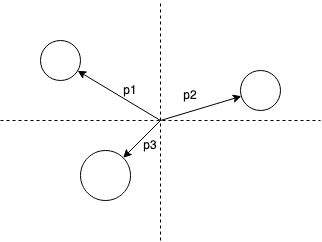
Above: assets/images/three_body_simulation_coordinates.drawio.png in pigatron-industries/pigatron-industries.github.io (draw.io), before the change. Source tidied: cells renumbered, new cells last; positions are measured from the earlier drawing's top-left corner, leaving out a move shared by most shapes.
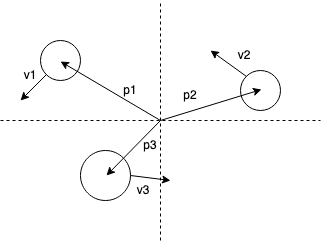
Later version of the same file.

Change to the diagram source:
```diff
@@ -23,19 +23,22 @@
         <mxPoint x="160" as="targetPoint" />
       </mxGeometry>
     </mxCell>
-    <mxCell id="7" style="endArrow=classic;html=1;rounded=0;" parent="1" edge="1" target="3">
+    <mxCell id="7" style="endArrow=classic;html=1;rounded=0;" parent="1" edge="1">
       <mxGeometry relative="1" as="geometry">
         <mxPoint x="160" y="120" as="sourcePoint" />
+        <mxPoint x="261" y="89" as="targetPoint" />
       </mxGeometry>
     </mxCell>
-    <mxCell id="8" style="endArrow=classic;html=1;rounded=0;" parent="1" edge="1" target="2">
+    <mxCell id="8" style="endArrow=classic;html=1;rounded=0;" parent="1" edge="1">
       <mxGeometry relative="1" as="geometry">
         <mxPoint x="160" y="120" as="sourcePoint" />
+        <mxPoint x="60" y="61" as="targetPoint" />
       </mxGeometry>
     </mxCell>
-    <mxCell id="9" style="endArrow=classic;html=1;rounded=0;entryX=1;entryY=0;entryDx=0;entryDy=0;" parent="1" edge="1" target="4">
+    <mxCell id="9" style="endArrow=classic;html=1;rounded=0;" parent="1" edge="1">
       <mxGeometry relative="1" as="geometry">
         <mxPoint x="160" y="120" as="sourcePoint" />
+        <mxPoint x="106" y="175" as="targetPoint" />
       </mxGeometry>
     </mxCell>
     <mxCell id="10" value="p1" style="text;html=1;strokeColor=none;fillColor=none;align=center;verticalAlign=middle;whiteSpace=wrap;rounded=0;" parent="1" vertex="1">
@@ -47,5 +50,29 @@
     <mxCell id="12" value="p3" style="text;html=1;strokeColor=none;fillColor=none;align=center;verticalAlign=middle;whiteSpace=wrap;rounded=0;" parent="1" vertex="1">
       <mxGeometry x="120" y="130" width="60" height="30" as="geometry" />
     </mxCell>
+    <mxCell id="13" style="endArrow=classic;html=1;rounded=0;exitX=1;exitY=0.5;exitDx=0;exitDy=0;" parent="1" edge="1" source="4">
+      <mxGeometry relative="1" as="geometry">
+        <mxPoint x="170" y="180" as="targetPoint" />
+      </mxGeometry>
+    </mxCell>
+    <mxCell id="14" value="v3" style="text;html=1;strokeColor=none;fillColor=none;align=center;verticalAlign=middle;whiteSpace=wrap;rounded=0;" parent="1" vertex="1">
+      <mxGeometry x="113" y="175" width="60" height="30" as="geometry" />
+    </mxCell>
+    <mxCell id="15" style="endArrow=classic;html=1;rounded=0;exitX=0;exitY=0;exitDx=0;exitDy=0;" parent="1" edge="1" source="3">
+      <mxGeometry relative="1" as="geometry">
+        <mxPoint x="210" y="50" as="targetPoint" />
+      </mxGeometry>
+    </mxCell>
+    <mxCell id="16" value="v2" style="text;html=1;strokeColor=none;fillColor=none;align=center;verticalAlign=middle;whiteSpace=wrap;rounded=0;" parent="1" vertex="1">
+      <mxGeometry x="214" y="40" width="60" height="30" as="geometry" />
+    </mxCell>
+    <mxCell id="17" style="endArrow=classic;html=1;rounded=0;exitX=0;exitY=1;exitDx=0;exitDy=0;" parent="1" edge="1" source="2">
+      <mxGeometry relative="1" as="geometry">
+        <mxPoint x="20" y="100" as="targetPoint" />
+      </mxGeometry>
+    </mxCell>
+    <mxCell id="18" value="&lt;div&gt;v1&lt;/div&gt;" style="text;html=1;strokeColor=none;fillColor=none;align=center;verticalAlign=middle;whiteSpace=wrap;rounded=0;" parent="1" vertex="1">
+      <mxGeometry y="60" width="60" height="30" as="geometry" />
+    </mxCell>
   </root>
 </mxGraphModel>
```
